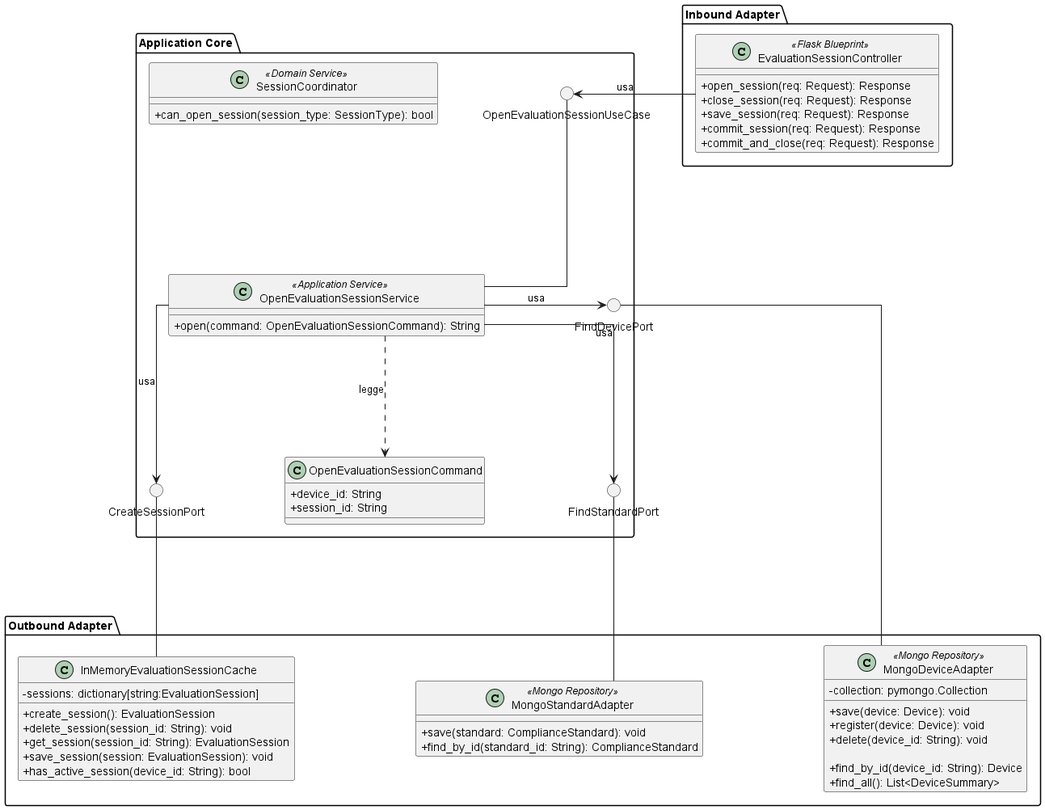
Before: src/PB/DocumentazioneEsterna/Specifica_Tecnica/content/uml/png/Session/OpenEvaluationSession.png, a diagram exported from PlantUML (GroupRubberDuck/Documentazione).
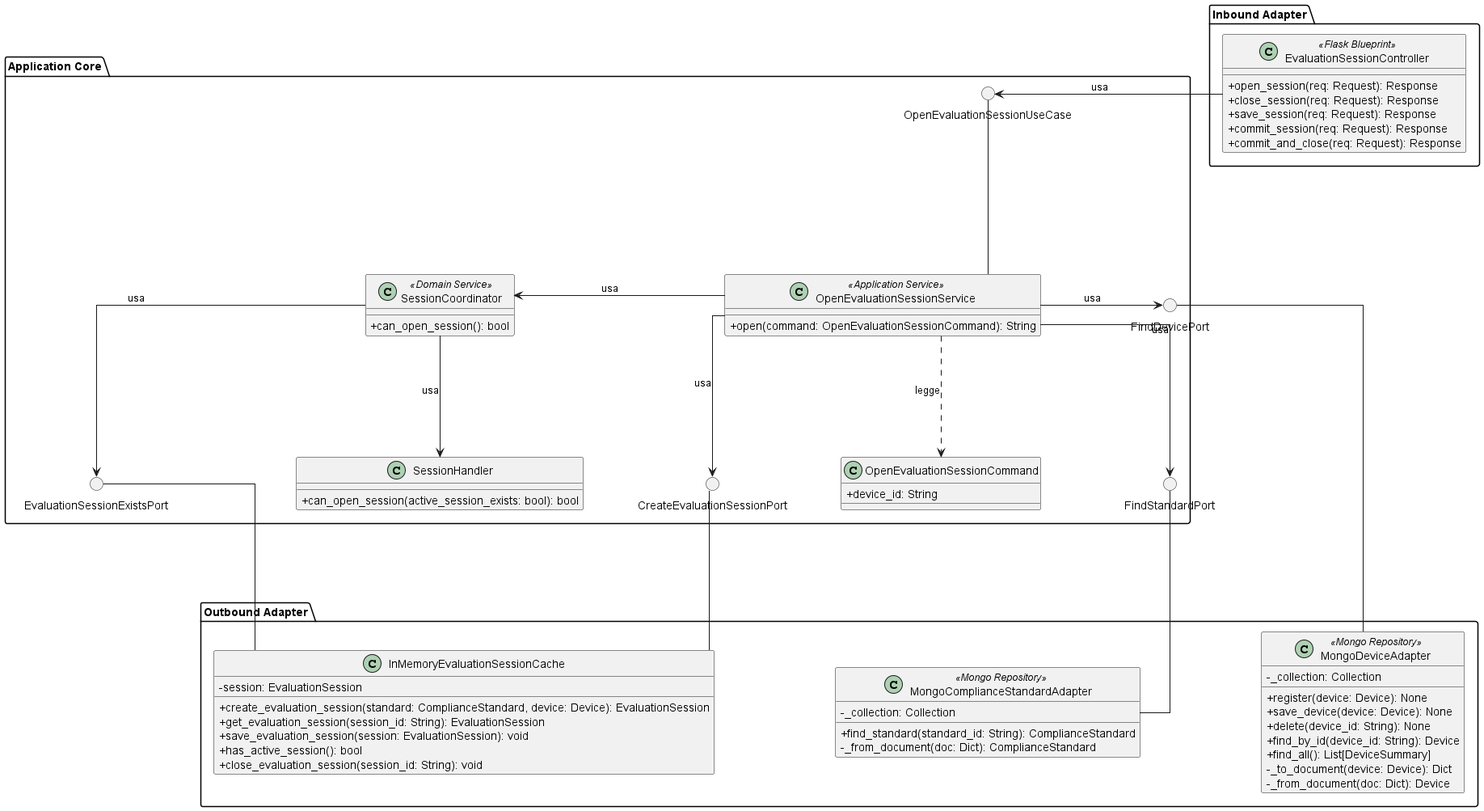
After the commit.

Diff of the diagram source:
```diff
@@ -14,30 +14,27 @@
     () "OpenEvaluationSessionUseCase"
 
     !include ApplicationServices/OpenEvaluationSessionService.puml
-
-    class OpenEvaluationSessionCommand {
-        + device_id: String
-        + session_id: String
-    }
-
-    class SessionCoordinator <<Domain Service>> {
-        + can_open_session(session_type: SessionType): bool
-    }
+    !include ApplicationServices/SessionCoordinator.puml
+    !include Domain/SessionHandler.puml
+    !include Command/OpenEvaluationSessionCommand.puml
 
     () "FindDevicePort"
     () "FindStandardPort"
-    () "CreateSessionPort"
-
-
+    () "CreateEvaluationSessionPort" as CreatePort
+    () "EvaluationSessionExistsPort" as ExistsPort
 
     OpenEvaluationSessionService -up- OpenEvaluationSessionUseCase
     OpenEvaluationSessionService .down.> OpenEvaluationSessionCommand : legge
 
     OpenEvaluationSessionService -right-> FindDevicePort : usa
-    OpenEvaluationSessionService -down-> FindStandardPort :usa
-    OpenEvaluationSessionService -down-> CreateSessionPort :usa
+    OpenEvaluationSessionService -down-> FindStandardPort : usa
+    OpenEvaluationSessionService -down-> CreatePort : usa
+    OpenEvaluationSessionService -left-> SessionCoordinator : usa
 
-    CreateSessionPort -[hidden]right- OpenEvaluationSessionCommand
+    SessionCoordinator --> ExistsPort : usa
+    SessionCoordinator --> SessionHandler : usa
+
+    CreatePort -[hidden]right- OpenEvaluationSessionCommand
     OpenEvaluationSessionCommand -[hidden]right- FindStandardPort
 }
 
@@ -49,7 +46,8 @@
 
 EvaluationSessionController -right-> OpenEvaluationSessionUseCase : usa
 MongoDeviceAdapter -up- FindDevicePort
-MongoStandardAdapter -up- FindStandardPort
-InMemoryEvaluationSessionCache -up- CreateSessionPort
+MongoComplianceStandardAdapter -up- FindStandardPort
+InMemoryEvaluationSessionCache -up- CreatePort
+InMemoryEvaluationSessionCache -up- ExistsPort
 
 @enduml
```
